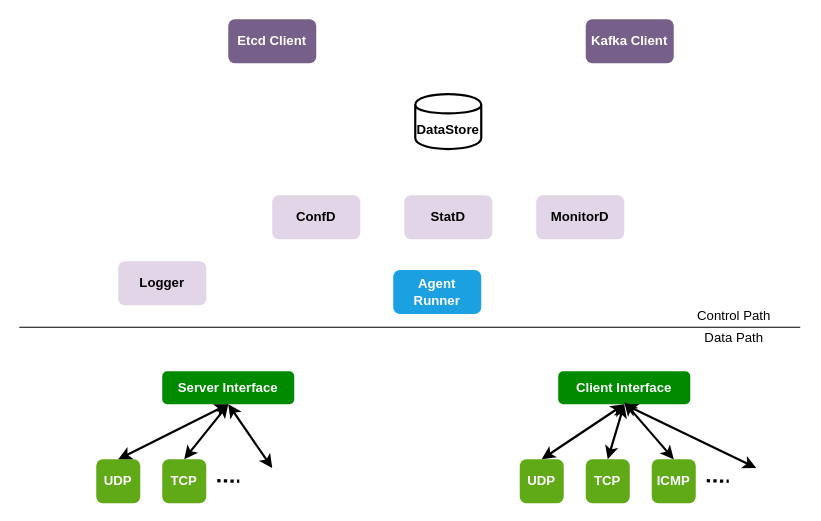
sugchand/drawio keeps this draw.io diagram as go-pingpong.drawio. Above is the earlier version. Source tidied: cells renumbered, new cells numbered last; positions are measured from the earlier drawing's top-left corner, leaving out a move shared by most shapes. Both pictures are drawn from the tidied source at 110%, with x=0, y=0 at pixel (19, 19). Pictures stored in the file or linked from it are replaced by grey dashed boxes.
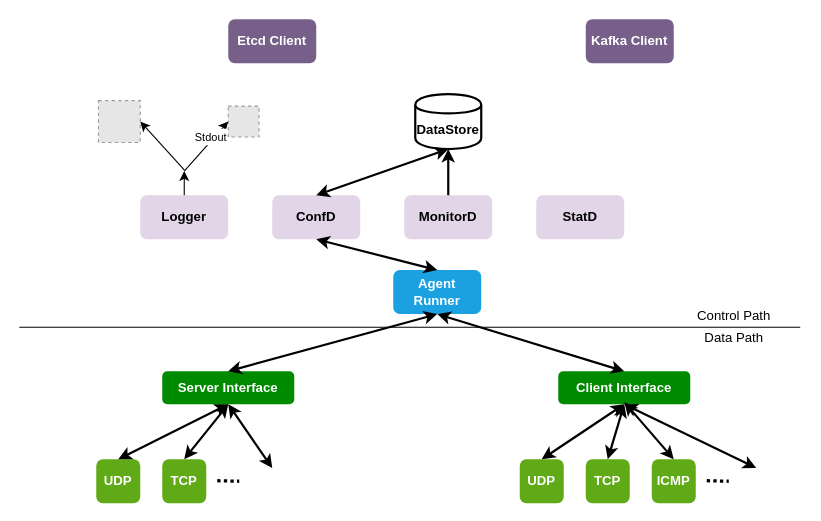
The same diagram, later.

The change refers to these unchanged cells:
```xml
<mxCell id="2" value="&lt;b&gt;ConfD&lt;/b&gt;" style="rounded=1;whiteSpace=wrap;html=1;fillColor=#e1d5e7;strokeColor=none;" parent="1" vertex="1">
  <mxGeometry x="230" y="160" width="80" height="40" as="geometry" />
</mxCell>
<mxCell id="11" value="&lt;b&gt;DataStore&lt;/b&gt;" style="shape=cylinder;whiteSpace=wrap;html=1;boundedLbl=1;backgroundOutline=1;strokeWidth=2;" parent="1" vertex="1">
  <mxGeometry x="360" y="68" width="60" height="50" as="geometry" />
</mxCell>
<mxCell id="12" value="&lt;b&gt;Server Interface&lt;/b&gt;" style="rounded=1;whiteSpace=wrap;html=1;fillColor=#008a00;strokeColor=none;fontColor=#ffffff;" parent="1" vertex="1">
  <mxGeometry x="130" y="320" width="120" height="30" as="geometry" />
</mxCell>
<mxCell id="13" value="&lt;b&gt;Client Interface&lt;/b&gt;" style="rounded=1;whiteSpace=wrap;html=1;fillColor=#008a00;strokeColor=none;fontColor=#ffffff;" parent="1" vertex="1">
  <mxGeometry x="490" y="320" width="120" height="30" as="geometry" />
</mxCell>
<mxCell id="25" value="&lt;b&gt;Agent Runner&lt;/b&gt;" style="rounded=1;whiteSpace=wrap;html=1;fillColor=#1ba1e2;strokeColor=none;fontColor=#ffffff;" parent="1" vertex="1">
  <mxGeometry x="340" y="228" width="80" height="40" as="geometry" />
</mxCell>
```

The edit, as a diff of the source:
```diff
@@
     <mxCell id="3" value="&lt;b&gt;StatD&lt;/b&gt;" style="rounded=1;whiteSpace=wrap;html=1;fillColor=#e1d5e7;strokeColor=none;" parent="1" vertex="1">
-      <mxGeometry x="350" y="160" width="80" height="40" as="geometry" />
+      <mxGeometry x="470" y="160" width="80" height="40" as="geometry" />
     </mxCell>
     <mxCell id="4" value="&lt;b&gt;MonitorD&lt;/b&gt;" style="rounded=1;whiteSpace=wrap;html=1;fillColor=#e1d5e7;strokeColor=none;" parent="1" vertex="1">
-      <mxGeometry x="470" y="160" width="80" height="40" as="geometry" />
+      <mxGeometry x="350" y="160" width="80" height="40" as="geometry" />
     </mxCell>
     <mxCell id="5" value="&lt;b&gt;Logger&lt;/b&gt;" style="rounded=1;whiteSpace=wrap;html=1;fillColor=#e1d5e7;strokeColor=none;" parent="1" vertex="1">
-      <mxGeometry x="90" y="220" width="80" height="40" as="geometry" />
+      <mxGeometry x="110" y="160" width="80" height="40" as="geometry" />
     </mxCell>
@@
+    <mxCell id="29" style="endArrow=classic;startArrow=classic;html=1;strokeWidth=2;entryX=0.5;entryY=1;entryDx=0;entryDy=0;exitX=0.5;exitY=0;exitDx=0;exitDy=0;" parent="1" edge="1" source="12" target="25">
+      <mxGeometry relative="1" as="geometry" />
+    </mxCell>
+    <mxCell id="30" style="endArrow=classic;startArrow=classic;html=1;strokeWidth=2;entryX=0.5;entryY=1;entryDx=0;entryDy=0;exitX=0.5;exitY=0;exitDx=0;exitDy=0;" parent="1" edge="1" source="13" target="25">
+      <mxGeometry relative="1" as="geometry" />
+    </mxCell>
+    <mxCell id="31" style="fillColor=#E6E6E6;strokeColor=#999999;dashed=1;html=1;verticalAlign=top;verticalLabelPosition=bottom;labelBackgroundColor=#ffffff;" parent="1" vertex="1">
+      <mxGeometry x="72" y="74" width="38" height="38" as="geometry" />
+    </mxCell>
+    <mxCell id="32" style="fillColor=#E6E6E6;strokeColor=#999999;dashed=1;html=1;verticalAlign=top;verticalLabelPosition=bottom;labelBackgroundColor=#ffffff;" parent="1" vertex="1">
+      <mxGeometry x="190" y="79" width="28" height="28" as="geometry" />
+    </mxCell>
+    <mxCell id="33" style="endArrow=none;startArrow=classic;html=1;strokeWidth=1;exitX=1;exitY=0.5;exitDx=0;exitDy=0;endFill=0;" parent="1" edge="1" source="31">
+      <mxGeometry relative="1" as="geometry">
+        <mxPoint x="150" y="137" as="targetPoint" />
+      </mxGeometry>
+    </mxCell>
+    <mxCell id="34" style="endArrow=classic;startArrow=none;html=1;strokeWidth=1;entryX=0;entryY=0.5;entryDx=0;entryDy=0;startFill=0;" parent="1" edge="1" target="32">
+      <mxGeometry relative="1" as="geometry">
+        <mxPoint x="150" y="138" as="sourcePoint" />
+      </mxGeometry>
+    </mxCell>
+    <mxCell id="35" value="&lt;font style=&quot;font-size: 10px&quot;&gt;Stdout&lt;/font&gt;" style="text;html=1;align=center;verticalAlign=middle;labelBackgroundColor=#ffffff;" parent="34" vertex="1">
+      <mxGeometry x="0.29" y="3" relative="1" as="geometry" />
+    </mxCell>
+    <mxCell id="36" style="endArrow=classic;startArrow=classic;html=1;strokeWidth=2;entryX=0.5;entryY=1;entryDx=0;entryDy=0;exitX=0.5;exitY=0;exitDx=0;exitDy=0;" parent="1" edge="1" source="25" target="2">
+      <mxGeometry relative="1" as="geometry" />
+    </mxCell>
+    <mxCell id="37" style="endArrow=classic;startArrow=classic;html=1;strokeWidth=2;entryX=0.5;entryY=1;entryDx=0;entryDy=0;exitX=0.5;exitY=0;exitDx=0;exitDy=0;" parent="1" edge="1" source="2" target="11">
+      <mxGeometry relative="1" as="geometry" />
+    </mxCell>
+    <mxCell id="38" style="endArrow=classic;startArrow=none;html=1;strokeWidth=2;entryX=0.5;entryY=1;entryDx=0;entryDy=0;startFill=0;" parent="1" edge="1" source="4" target="11">
+      <mxGeometry relative="1" as="geometry" />
+    </mxCell>
+    <mxCell id="39" style="endArrow=none;startArrow=classic;html=1;strokeWidth=1;entryX=0.5;entryY=0;entryDx=0;entryDy=0;endFill=0;" parent="1" edge="1" target="5">
+      <mxGeometry relative="1" as="geometry">
+        <mxPoint x="150" y="138" as="sourcePoint" />
+      </mxGeometry>
+    </mxCell>
```
